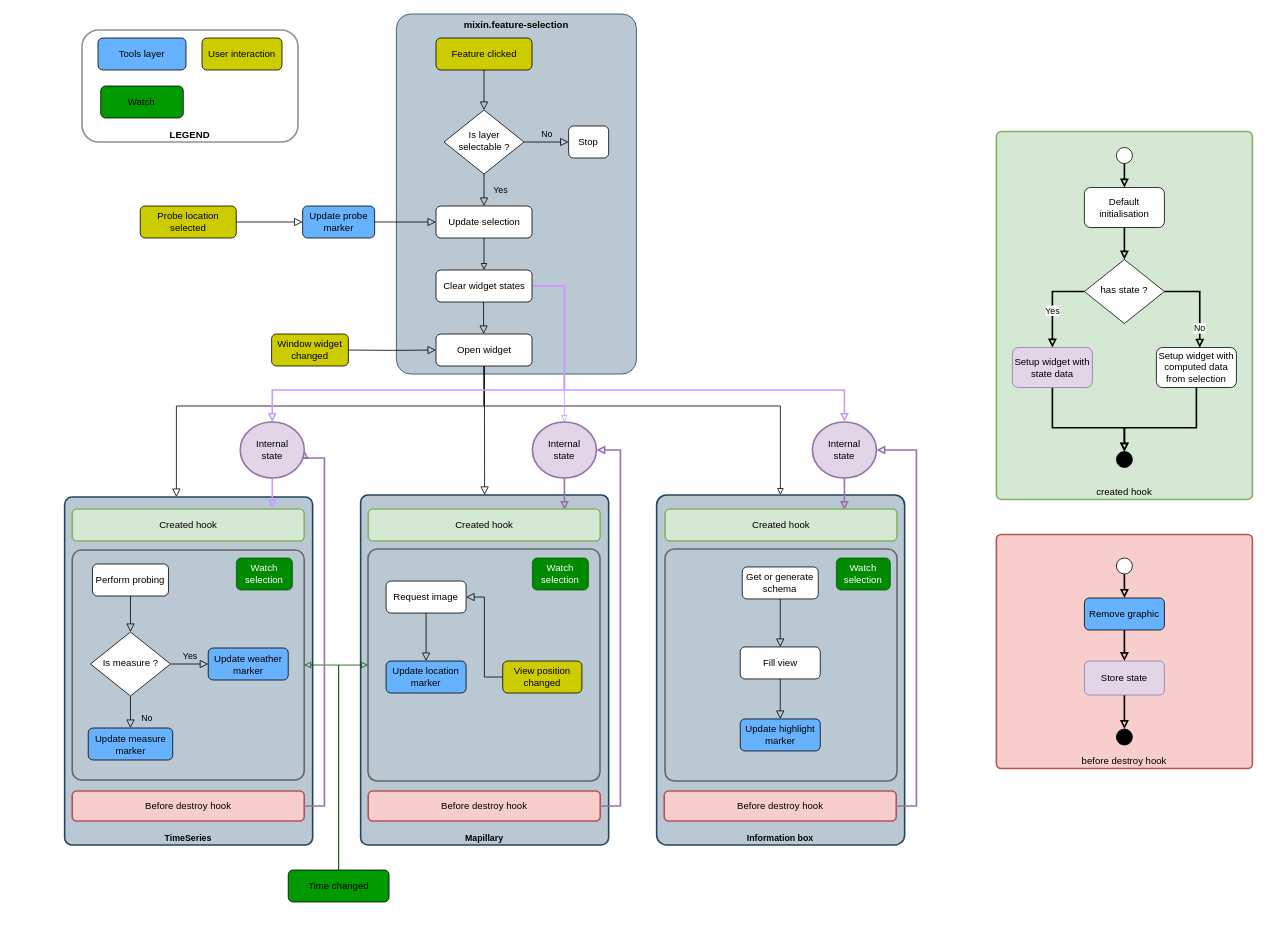
Earlier version of the draw.io diagram page "Version 2" (2 of 2) of docs/assets/Widgets Workflow Diagram.drawio (kalisio/kdk). Source tidied: cells renumbered, new cells numbered last; positions are measured from the earlier drawing's top-left corner, leaving out a move shared by most shapes. Both pictures are drawn from the tidied source at 80%, with x=0, y=0 at pixel (64, 14).
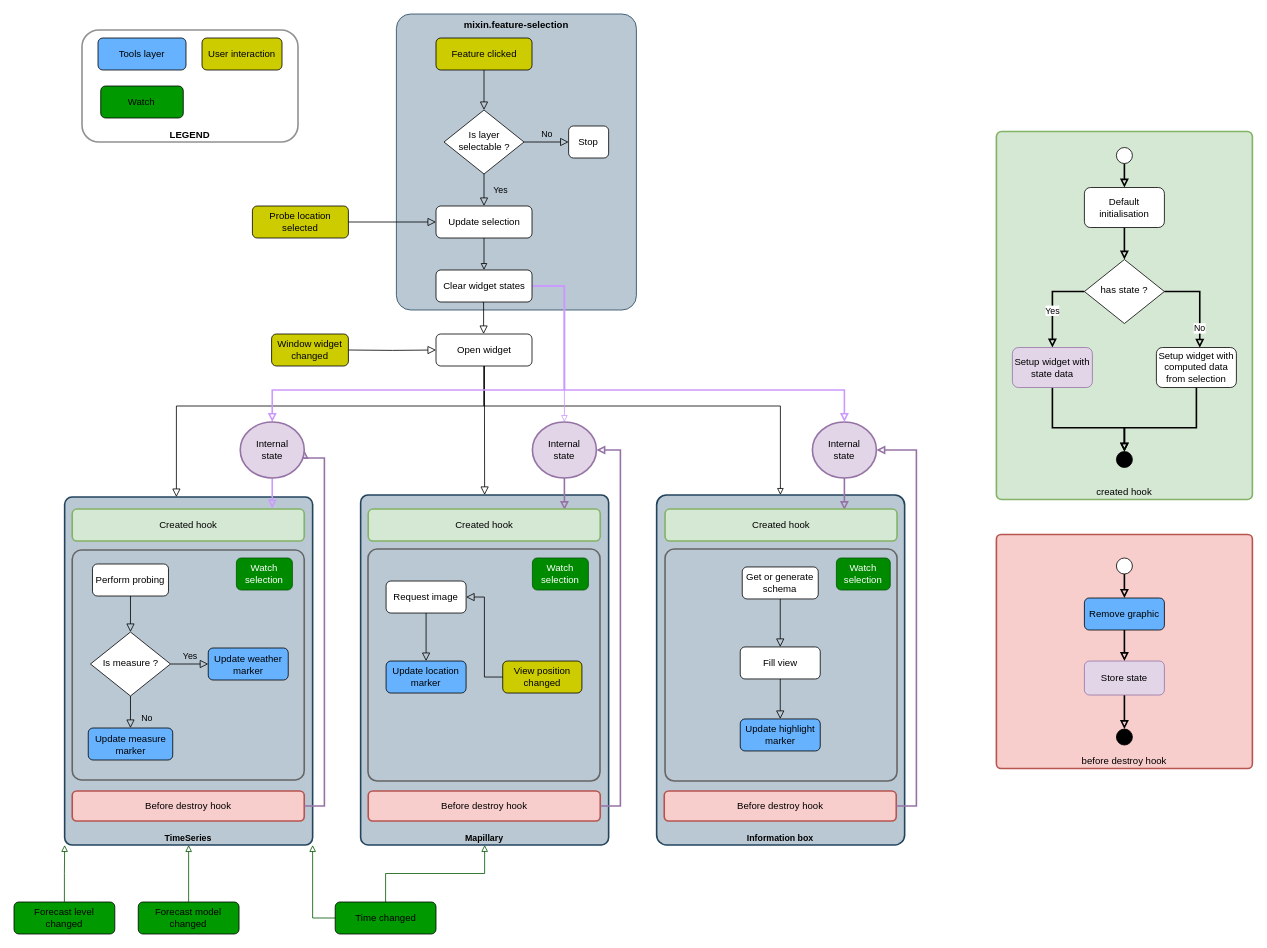
After the change.

The change refers to these unchanged cells:
```xml
<mxCell id="3" value="&lt;span style=&quot;font-size: 11px ; font-weight: 700&quot;&gt;Mapillary&lt;/span&gt;" style="rounded=1;whiteSpace=wrap;html=1;strokeColor=#23445d;strokeWidth=2;fillColor=#bac8d3;verticalAlign=bottom;arcSize=3;" parent="1" vertex="1">
  <mxGeometry x="370.3" y="601.2" width="310" height="437.5" as="geometry" />
</mxCell>
<mxCell id="5" value="&lt;span style=&quot;font-size: 11px ; font-weight: 700&quot;&gt;TimeSeries&lt;/span&gt;" style="rounded=1;whiteSpace=wrap;html=1;strokeColor=#23445d;strokeWidth=2;fillColor=#bac8d3;verticalAlign=bottom;arcSize=3;" parent="1" vertex="1">
  <mxGeometry x="0.3" y="603.8" width="310" height="435" as="geometry" />
</mxCell>
<mxCell id="31" value="Update selection" style="rounded=1;whiteSpace=wrap;html=1;fontSize=12;glass=0;strokeWidth=1;shadow=0;" parent="1" vertex="1">
  <mxGeometry x="464.5" y="240" width="120" height="40" as="geometry" />
</mxCell>
<mxCell id="86" style="rounded=1;whiteSpace=wrap;html=1;strokeColor=#666666;strokeWidth=2;fillColor=none;verticalAlign=middle;fontColor=#333333;arcSize=4;" parent="1" vertex="1">
  <mxGeometry x="379.5" y="668.8" width="290" height="290" as="geometry" />
</mxCell>
<mxCell id="88" style="rounded=1;whiteSpace=wrap;html=1;strokeColor=#666666;strokeWidth=2;fillColor=none;verticalAlign=middle;fontColor=#333333;arcSize=4;" parent="1" vertex="1">
  <mxGeometry x="9.8" y="670" width="290" height="287.5" as="geometry" />
</mxCell>
```

Diff of the diagram source:
```diff
@@
     <mxCell id="2" value="mixin.feature-selection" style="rounded=1;whiteSpace=wrap;html=1;fillColor=#bac8d3;arcSize=6;verticalAlign=top;fontStyle=1;strokeColor=#23445d;" parent="1" vertex="1">
-      <mxGeometry x="415" width="300" height="450" as="geometry" />
+      <mxGeometry x="415" width="300" height="370" as="geometry" />
     </mxCell>
@@
-    <mxCell id="23" style="edgeStyle=orthogonalEdgeStyle;rounded=0;jettySize=auto;html=1;entryX=1;entryY=0.5;entryDx=0;entryDy=0;endArrow=block;endFill=0;strokeColor=#005700;fillColor=#008a00;" parent="1" edge="1" source="25" target="88">
+    <mxCell id="23" style="edgeStyle=orthogonalEdgeStyle;rounded=0;jettySize=auto;html=1;entryX=1;entryY=1;entryDx=0;entryDy=0;endArrow=block;endFill=0;strokeColor=#005700;fillColor=#008a00;" parent="1" edge="1" source="25" target="5">
       <mxGeometry relative="1" as="geometry" />
     </mxCell>
-    <mxCell id="24" style="edgeStyle=orthogonalEdgeStyle;rounded=0;jettySize=auto;html=1;entryX=0;entryY=0.5;entryDx=0;entryDy=0;endArrow=block;endFill=0;strokeColor=#005700;fillColor=#008a00;" parent="1" edge="1" source="25" target="86">
+    <mxCell id="24" style="edgeStyle=orthogonalEdgeStyle;rounded=0;jettySize=auto;html=1;entryX=0.5;entryY=1;entryDx=0;entryDy=0;endArrow=block;endFill=0;strokeColor=#005700;fillColor=#008a00;" parent="1" edge="1" source="25" target="3">
       <mxGeometry relative="1" as="geometry" />
     </mxCell>
     <mxCell id="25" value="Time changed" style="rounded=1;whiteSpace=wrap;html=1;fontSize=12;glass=0;strokeWidth=1;shadow=0;fillColor=#009900;" parent="1" vertex="1">
-      <mxGeometry x="279.8" y="1070" width="126" height="40" as="geometry" />
+      <mxGeometry x="338.5" y="1110" width="126" height="40" as="geometry" />
     </mxCell>
     <mxCell id="26" value="Probe location selected" style="rounded=1;whiteSpace=wrap;html=1;fontSize=12;glass=0;strokeWidth=1;shadow=0;fillColor=#CCCC00;" parent="1" vertex="1">
-      <mxGeometry x="94.8" y="240" width="120" height="40" as="geometry" />
+      <mxGeometry x="235" y="240" width="120" height="40" as="geometry" />
     </mxCell>
-    <mxCell id="27" style="edgeStyle=orthogonalEdgeStyle;rounded=0;jettySize=auto;html=1;endArrow=block;endFill=0;endSize=8;entryX=0;entryY=0.5;entryDx=0;entryDy=0;" parent="1" edge="1" source="37" target="31">
-      <mxGeometry relative="1" as="geometry" />
-    </mxCell>
@@
-    <mxCell id="37" value="Update probe marker" style="rounded=1;whiteSpace=wrap;html=1;fontSize=12;glass=0;strokeWidth=1;shadow=0;fillColor=#66B2FF;" parent="1" vertex="1">
-      <mxGeometry x="297.8" y="240" width="90" height="40" as="geometry" />
-    </mxCell>
-    <mxCell id="38" style="edgeStyle=orthogonalEdgeStyle;rounded=0;jettySize=auto;html=1;exitX=1;exitY=0.5;exitDx=0;exitDy=0;endArrow=block;endFill=0;endSize=8;entryX=0;entryY=0.5;entryDx=0;entryDy=0;" parent="1" edge="1" source="26" target="37">
+    <mxCell id="38" style="edgeStyle=orthogonalEdgeStyle;rounded=0;jettySize=auto;html=1;exitX=1;exitY=0.5;exitDx=0;exitDy=0;endArrow=block;endFill=0;endSize=8;entryX=0;entryY=0.5;entryDx=0;entryDy=0;" parent="1" edge="1" source="26" target="31">
       <mxGeometry relative="1" as="geometry" />
     </mxCell>
@@
+    <mxCell id="96" value="Forecast model changed" style="rounded=1;whiteSpace=wrap;html=1;fontSize=12;glass=0;strokeWidth=1;shadow=0;fillColor=#009900;" parent="1" vertex="1">
+      <mxGeometry x="92.3" y="1110" width="126" height="40" as="geometry" />
+    </mxCell>
+    <mxCell id="97" style="edgeStyle=orthogonalEdgeStyle;rounded=0;jettySize=auto;html=1;endArrow=block;endFill=0;strokeColor=#005700;fillColor=#008a00;exitX=0.5;exitY=0;exitDx=0;exitDy=0;entryX=0.5;entryY=1;entryDx=0;entryDy=0;" parent="1" edge="1" source="96" target="5">
+      <mxGeometry relative="1" as="geometry" />
+    </mxCell>
+    <mxCell id="98" value="Forecast level&lt;br&gt;changed" style="rounded=1;whiteSpace=wrap;html=1;fontSize=12;glass=0;strokeWidth=1;shadow=0;fillColor=#009900;" parent="1" vertex="1">
+      <mxGeometry x="-63" y="1110" width="126" height="40" as="geometry" />
+    </mxCell>
+    <mxCell id="99" style="edgeStyle=orthogonalEdgeStyle;rounded=0;jettySize=auto;html=1;endArrow=block;endFill=0;strokeColor=#005700;fillColor=#008a00;exitX=0.5;exitY=0;exitDx=0;exitDy=0;entryX=0;entryY=1;entryDx=0;entryDy=0;" parent="1" edge="1" source="98" target="5">
+      <mxGeometry relative="1" as="geometry" />
+    </mxCell>
```
